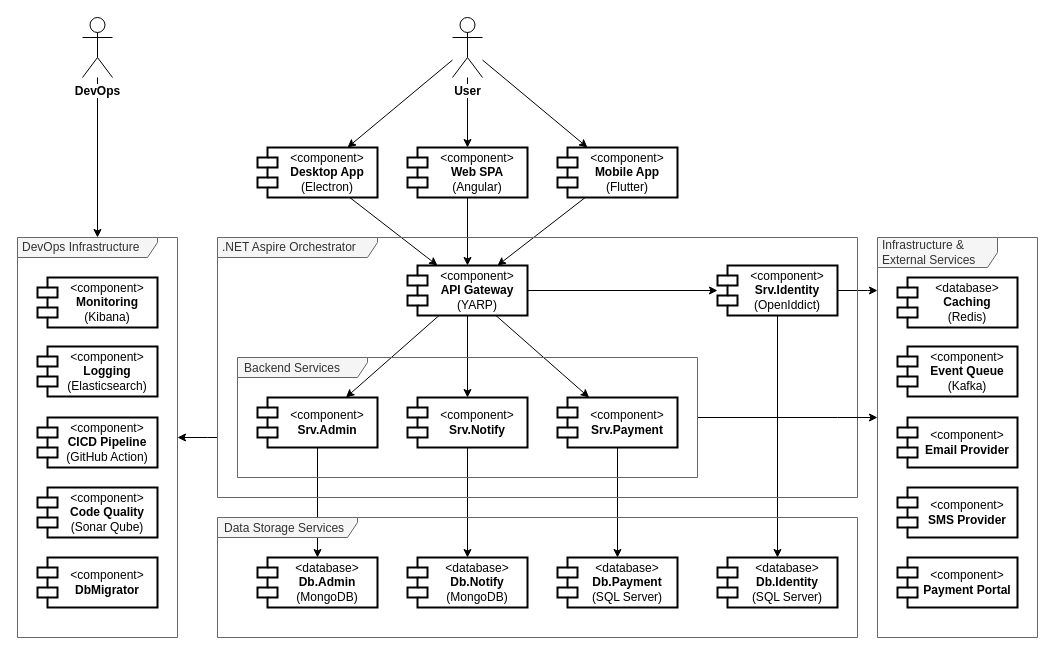
Above: docs/2.development/99.software-architecture.drawio in datntdev0/codebase-microservices (draw.io), before the change. Source tidied: cells renumbered, new cells numbered last; positions are measured from the earlier drawing's top-left corner, leaving out a move shared by most shapes. Both pictures are drawn from the tidied source at 100%, with x=0, y=0 at pixel (17, 17).
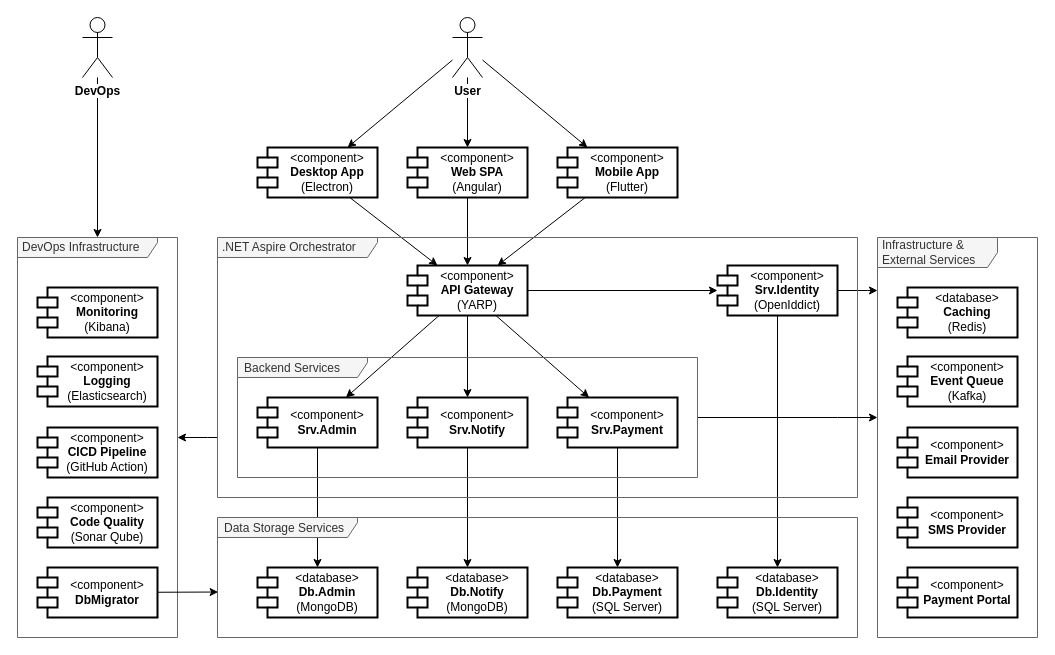
The same page after the edit.

Unchanged cells that the change refers to:
```xml
<mxCell id="26" value="&lt;div style=&quot;line-height: 70%;&quot;&gt;Data Storage Services&lt;/div&gt;" style="shape=umlFrame;whiteSpace=wrap;html=1;strokeColor=#666666;align=left;verticalAlign=top;fontFamily=Helvetica;fontSize=12;fontColor=#333333;labelBackgroundColor=none;fillColor=#f5f5f5;width=140;height=20;spacingLeft=5;" parent="1" vertex="1">
  <mxGeometry x="200" y="500" width="640" height="120" as="geometry" />
</mxCell>
```

Diff of the diagram source:
```diff
@@
     <mxCell id="19" value="&lt;div&gt;&amp;lt;database&amp;gt;&lt;/div&gt;&lt;b&gt;Caching&lt;/b&gt;&lt;div&gt;(Redis)&lt;/div&gt;" style="shape=module;align=left;spacingLeft=20;align=center;verticalAlign=middle;whiteSpace=wrap;html=1;strokeColor=default;fontFamily=Helvetica;fontSize=12;fontColor=default;labelBackgroundColor=none;fillColor=default;strokeWidth=2;" parent="1" vertex="1">
-      <mxGeometry x="880" y="260" width="120" height="50" as="geometry" />
+      <mxGeometry x="880" y="270" width="120" height="50" as="geometry" />
     </mxCell>
@@
     <mxCell id="27" value="&lt;div&gt;&amp;lt;database&amp;gt;&lt;/div&gt;&lt;b&gt;Db.Admin&lt;/b&gt;&lt;div&gt;(MongoDB)&lt;/div&gt;" style="shape=module;align=left;spacingLeft=20;align=center;verticalAlign=middle;whiteSpace=wrap;html=1;strokeColor=default;fontFamily=Helvetica;fontSize=12;fontColor=default;labelBackgroundColor=none;fillColor=default;strokeWidth=2;" parent="1" vertex="1">
-      <mxGeometry x="240" y="540" width="120" height="50" as="geometry" />
+      <mxGeometry x="240" y="550" width="120" height="50" as="geometry" />
     </mxCell>
     <mxCell id="28" value="&lt;div&gt;&amp;lt;database&amp;gt;&lt;/div&gt;&lt;b&gt;Db.Notify&lt;/b&gt;&lt;div&gt;(MongoDB)&lt;/div&gt;" style="shape=module;align=left;spacingLeft=20;align=center;verticalAlign=middle;whiteSpace=wrap;html=1;strokeColor=default;fontFamily=Helvetica;fontSize=12;fontColor=default;labelBackgroundColor=none;fillColor=default;strokeWidth=2;" parent="1" vertex="1">
-      <mxGeometry x="390" y="540" width="120" height="50" as="geometry" />
+      <mxGeometry x="390" y="550" width="120" height="50" as="geometry" />
     </mxCell>
     <mxCell id="29" value="&lt;div&gt;&amp;lt;database&amp;gt;&lt;/div&gt;&lt;b&gt;Db.Payment&lt;/b&gt;&lt;div&gt;(SQL Server)&lt;/div&gt;" style="shape=module;align=left;spacingLeft=20;align=center;verticalAlign=middle;whiteSpace=wrap;html=1;strokeColor=default;fontFamily=Helvetica;fontSize=12;fontColor=default;labelBackgroundColor=none;fillColor=default;strokeWidth=2;" parent="1" vertex="1">
-      <mxGeometry x="540" y="540" width="120" height="50" as="geometry" />
+      <mxGeometry x="540" y="550" width="120" height="50" as="geometry" />
     </mxCell>
     <mxCell id="30" value="&lt;div&gt;&amp;lt;component&amp;gt;&lt;/div&gt;&lt;b&gt;Email Provider&lt;/b&gt;" style="shape=module;align=left;spacingLeft=20;align=center;verticalAlign=middle;whiteSpace=wrap;html=1;strokeColor=default;fontFamily=Helvetica;fontSize=12;fontColor=default;labelBackgroundColor=none;fillColor=default;spacing=0;strokeWidth=2;" parent="1" vertex="1">
-      <mxGeometry x="880" y="400" width="120" height="50" as="geometry" />
+      <mxGeometry x="880" y="410" width="120" height="50" as="geometry" />
     </mxCell>
     <mxCell id="31" value="&lt;div&gt;&amp;lt;component&amp;gt;&lt;/div&gt;&lt;b&gt;SMS Provider&lt;/b&gt;" style="shape=module;align=left;spacingLeft=20;align=center;verticalAlign=middle;whiteSpace=wrap;html=1;strokeColor=default;fontFamily=Helvetica;fontSize=12;fontColor=default;labelBackgroundColor=none;fillColor=default;spacing=0;strokeWidth=2;" parent="1" vertex="1">
-      <mxGeometry x="880" y="470" width="120" height="50" as="geometry" />
+      <mxGeometry x="880" y="480" width="120" height="50" as="geometry" />
     </mxCell>
     <mxCell id="32" value="&lt;div&gt;&amp;lt;component&amp;gt;&lt;/div&gt;&lt;b&gt;Payment Portal&lt;/b&gt;" style="shape=module;align=left;spacingLeft=20;align=center;verticalAlign=middle;whiteSpace=wrap;html=1;strokeColor=default;fontFamily=Helvetica;fontSize=12;fontColor=default;labelBackgroundColor=none;fillColor=default;spacing=0;strokeWidth=2;" parent="1" vertex="1">
-      <mxGeometry x="880" y="540" width="120" height="50" as="geometry" />
+      <mxGeometry x="880" y="550" width="120" height="50" as="geometry" />
     </mxCell>
     <mxCell id="33" value="&lt;div&gt;&amp;lt;database&amp;gt;&lt;/div&gt;&lt;b&gt;Db.Identity&lt;/b&gt;&lt;div&gt;(SQL Server)&lt;/div&gt;" style="shape=module;align=left;spacingLeft=20;align=center;verticalAlign=middle;whiteSpace=wrap;html=1;strokeColor=default;fontFamily=Helvetica;fontSize=12;fontColor=default;labelBackgroundColor=none;fillColor=default;strokeWidth=2;" parent="1" vertex="1">
-      <mxGeometry x="700" y="540" width="120" height="50" as="geometry" />
+      <mxGeometry x="700" y="550" width="120" height="50" as="geometry" />
     </mxCell>
@@
     <mxCell id="39" value="&lt;div&gt;&amp;lt;component&amp;gt;&lt;/div&gt;&lt;b&gt;Event Queue&lt;/b&gt;&lt;br&gt;&lt;div&gt;(Kafka)&lt;/div&gt;" style="shape=module;align=left;spacingLeft=20;align=center;verticalAlign=middle;whiteSpace=wrap;html=1;strokeColor=default;fontFamily=Helvetica;fontSize=12;fontColor=default;labelBackgroundColor=none;fillColor=default;strokeWidth=2;" parent="1" vertex="1">
-      <mxGeometry x="880" y="329" width="120" height="50" as="geometry" />
+      <mxGeometry x="880" y="339" width="120" height="50" as="geometry" />
     </mxCell>
@@
     <mxCell id="42" value="&lt;div&gt;&amp;lt;component&amp;gt;&lt;/div&gt;&lt;b&gt;Monitoring&lt;/b&gt;&lt;div&gt;(Kibana)&lt;/div&gt;" style="shape=module;align=left;spacingLeft=20;align=center;verticalAlign=middle;whiteSpace=wrap;html=1;strokeColor=default;fontFamily=Helvetica;fontSize=12;fontColor=default;labelBackgroundColor=none;fillColor=default;strokeWidth=2;" parent="1" vertex="1">
-      <mxGeometry x="20" y="260" width="120" height="50" as="geometry" />
+      <mxGeometry x="20" y="270" width="120" height="50" as="geometry" />
     </mxCell>
     <mxCell id="43" value="&lt;div&gt;&amp;lt;component&amp;gt;&lt;/div&gt;&lt;b&gt;Logging&lt;/b&gt;&lt;div&gt;(Elasticsearch)&lt;/div&gt;" style="shape=module;align=left;spacingLeft=20;align=center;verticalAlign=middle;whiteSpace=wrap;html=1;strokeColor=default;fontFamily=Helvetica;fontSize=12;fontColor=default;labelBackgroundColor=none;fillColor=default;strokeWidth=2;" parent="1" vertex="1">
-      <mxGeometry x="20" y="329" width="120" height="50" as="geometry" />
+      <mxGeometry x="20" y="339" width="120" height="50" as="geometry" />
     </mxCell>
     <mxCell id="44" value="&lt;div&gt;&amp;lt;component&amp;gt;&lt;/div&gt;&lt;div&gt;&lt;b&gt;CICD Pipeline&lt;/b&gt;&lt;/div&gt;&lt;div&gt;(GitHub Action)&lt;/div&gt;" style="shape=module;align=left;spacingLeft=20;align=center;verticalAlign=middle;whiteSpace=wrap;html=1;strokeColor=default;fontFamily=Helvetica;fontSize=12;fontColor=default;labelBackgroundColor=none;fillColor=default;strokeWidth=2;" parent="1" vertex="1">
-      <mxGeometry x="20" y="400" width="120" height="50" as="geometry" />
+      <mxGeometry x="20" y="410" width="120" height="50" as="geometry" />
     </mxCell>
     <mxCell id="45" value="&lt;div&gt;&amp;lt;component&amp;gt;&lt;/div&gt;&lt;div&gt;&lt;b&gt;Code Quality&lt;/b&gt;&lt;/div&gt;&lt;div&gt;(Sonar Qube)&lt;/div&gt;" style="shape=module;align=left;spacingLeft=20;align=center;verticalAlign=middle;whiteSpace=wrap;html=1;strokeColor=default;fontFamily=Helvetica;fontSize=12;fontColor=default;labelBackgroundColor=none;fillColor=default;strokeWidth=2;" parent="1" vertex="1">
-      <mxGeometry x="20" y="470" width="120" height="50" as="geometry" />
+      <mxGeometry x="20" y="480" width="120" height="50" as="geometry" />
     </mxCell>
@@
+    <mxCell id="49" style="edgeStyle=none;shape=connector;rounded=0;jettySize=auto;html=1;strokeColor=default;align=center;verticalAlign=middle;fontFamily=Helvetica;fontSize=11;fontColor=default;labelBackgroundColor=default;endArrow=classic;entryX=0.001;entryY=0.621;entryDx=0;entryDy=0;entryPerimeter=0;" parent="1" edge="1" source="48" target="26">
+      <mxGeometry relative="1" as="geometry" />
+    </mxCell>
     <mxCell id="48" value="&lt;div&gt;&amp;lt;component&amp;gt;&lt;/div&gt;&lt;div&gt;&lt;span style=&quot;background-color: transparent; color: light-dark(rgb(0, 0, 0), rgb(255, 255, 255));&quot;&gt;&lt;b&gt;DbMigrator&lt;/b&gt;&lt;/span&gt;&lt;/div&gt;" style="shape=module;align=left;spacingLeft=20;align=center;verticalAlign=middle;whiteSpace=wrap;html=1;strokeColor=default;fontFamily=Helvetica;fontSize=12;fontColor=default;labelBackgroundColor=none;fillColor=default;strokeWidth=2;" parent="1" vertex="1">
-      <mxGeometry x="20" y="540" width="120" height="50" as="geometry" />
+      <mxGeometry x="20" y="550" width="120" height="50" as="geometry" />
     </mxCell>
```
